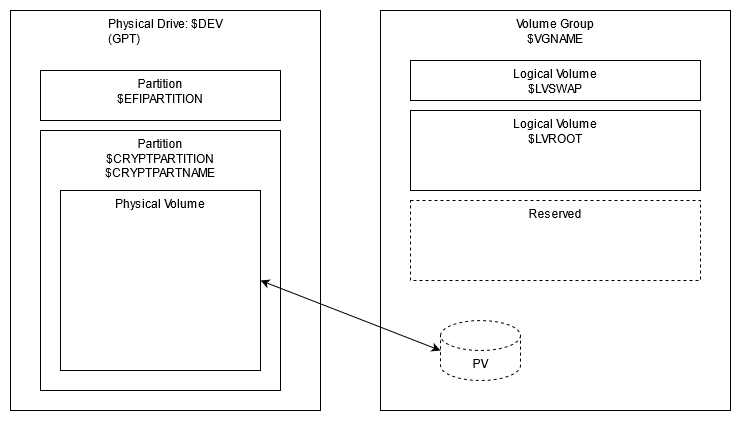
Before: image/partition_diagram_0.png, a diagram exported from draw.io (suikan4github/kaiten-yaki). Source tidied: cells renumbered, new cells last; positions are measured from the earlier drawing's top-left corner, leaving out a move shared by most shapes. Its diagram source:
```xml
<mxGraphModel>
  <root>
    <mxCell id="0" />
    <mxCell id="1" parent="0" />
    <mxCell id="2" value="&lt;div&gt;Physical Drive: $DEV&lt;/div&gt;&lt;div align=&quot;left&quot;&gt;(GPT)&lt;br&gt;&lt;/div&gt;" style="rounded=0;whiteSpace=wrap;html=1;verticalAlign=top;" parent="1" vertex="1">
      <mxGeometry width="310" height="400" as="geometry" />
    </mxCell>
    <mxCell id="3" value="Partition&lt;br&gt;&lt;div&gt;$EFIPARTITION&lt;/div&gt;" style="rounded=0;whiteSpace=wrap;html=1;verticalAlign=top;" parent="1" vertex="1">
      <mxGeometry x="30" y="60" width="240" height="50" as="geometry" />
    </mxCell>
    <mxCell id="4" value="&lt;div&gt;Partition&lt;br&gt;&lt;/div&gt;&lt;div&gt;$CRYPTPARTITION&lt;/div&gt;&lt;div&gt;$CRYPTPARTNAME&lt;/div&gt;&lt;div&gt;&lt;br&gt;&lt;/div&gt;" style="rounded=0;whiteSpace=wrap;html=1;verticalAlign=top;" parent="1" vertex="1">
      <mxGeometry x="30" y="120" width="240" height="260" as="geometry" />
    </mxCell>
    <mxCell id="5" value="Physical Volume" style="rounded=0;whiteSpace=wrap;html=1;verticalAlign=top;" parent="1" vertex="1">
      <mxGeometry x="50" y="180" width="200" height="180" as="geometry" />
    </mxCell>
    <mxCell id="6" value="&lt;div&gt;Volume Group&lt;/div&gt;&lt;div&gt;$VGNAME&lt;br&gt;&lt;/div&gt;" style="rounded=0;whiteSpace=wrap;html=1;verticalAlign=top;" parent="1" vertex="1">
      <mxGeometry x="370" width="350" height="400" as="geometry" />
    </mxCell>
    <mxCell id="7" value="&lt;div&gt;Logical Volume&lt;/div&gt;&lt;div&gt;$LVSWAP&lt;br&gt;&lt;/div&gt;" style="rounded=0;whiteSpace=wrap;html=1;verticalAlign=top;" parent="1" vertex="1">
      <mxGeometry x="400" y="50" width="290" height="40" as="geometry" />
    </mxCell>
    <mxCell id="8" value="&lt;div&gt;Logical Volume&lt;/div&gt;&lt;div&gt;$LVROOT&lt;/div&gt;" style="rounded=0;whiteSpace=wrap;html=1;verticalAlign=top;" parent="1" vertex="1">
      <mxGeometry x="400" y="100" width="290" height="80" as="geometry" />
    </mxCell>
    <mxCell id="9" value="PV" style="shape=cylinder3;whiteSpace=wrap;html=1;boundedLbl=1;backgroundOutline=1;size=15;dashed=1;verticalAlign=top;" parent="1" vertex="1">
      <mxGeometry x="430" y="310" width="80" height="60" as="geometry" />
    </mxCell>
    <mxCell id="10" value="Reserved" style="rounded=0;whiteSpace=wrap;html=1;verticalAlign=top;dashed=1;" parent="1" vertex="1">
      <mxGeometry x="400" y="190" width="290" height="80" as="geometry" />
    </mxCell>
    <mxCell id="11" style="endArrow=classic;startArrow=classic;html=1;exitX=0;exitY=0.5;exitDx=0;exitDy=0;exitPerimeter=0;" parent="1" edge="1" source="9">
      <mxGeometry relative="1" as="geometry">
        <mxPoint x="250" y="270" as="targetPoint" />
      </mxGeometry>
    </mxCell>
  </root>
</mxGraphModel>
```
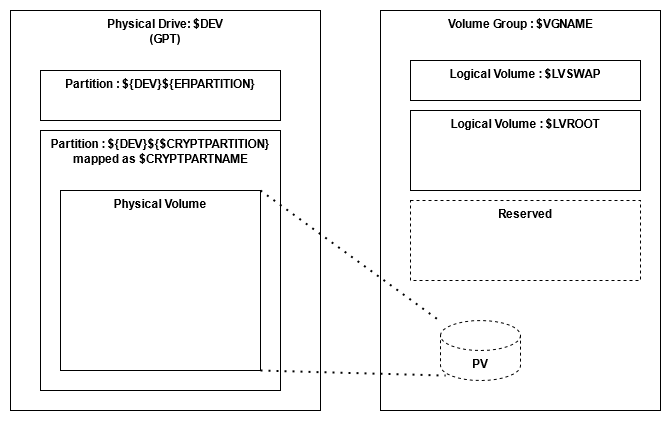
After the commit.

Diff of the diagram source:
```diff
@@ -2,37 +2,38 @@
   <root>
     <mxCell id="0" />
     <mxCell id="1" parent="0" />
-    <mxCell id="2" value="&lt;div&gt;Physical Drive: $DEV&lt;/div&gt;&lt;div align=&quot;left&quot;&gt;(GPT)&lt;br&gt;&lt;/div&gt;" style="rounded=0;whiteSpace=wrap;html=1;verticalAlign=top;" parent="1" vertex="1">
+    <mxCell id="2" value="&lt;div&gt;Physical Drive: $DEV&lt;/div&gt;&lt;div&gt;(GPT)&lt;br&gt;&lt;/div&gt;" style="rounded=0;whiteSpace=wrap;html=1;verticalAlign=top;align=center;fontStyle=1;" parent="1" vertex="1">
       <mxGeometry width="310" height="400" as="geometry" />
     </mxCell>
-    <mxCell id="3" value="Partition&lt;br&gt;&lt;div&gt;$EFIPARTITION&lt;/div&gt;" style="rounded=0;whiteSpace=wrap;html=1;verticalAlign=top;" parent="1" vertex="1">
+    <mxCell id="3" value="Partition : ${DEV}${EFIPARTITION}" style="rounded=0;whiteSpace=wrap;html=1;verticalAlign=top;align=center;fontStyle=1;" parent="1" vertex="1">
       <mxGeometry x="30" y="60" width="240" height="50" as="geometry" />
     </mxCell>
-    <mxCell id="4" value="&lt;div&gt;Partition&lt;br&gt;&lt;/div&gt;&lt;div&gt;$CRYPTPARTITION&lt;/div&gt;&lt;div&gt;$CRYPTPARTNAME&lt;/div&gt;&lt;div&gt;&lt;br&gt;&lt;/div&gt;" style="rounded=0;whiteSpace=wrap;html=1;verticalAlign=top;" parent="1" vertex="1">
+    <mxCell id="4" value="&lt;div&gt;Partition : ${DEV}${$CRYPTPARTITION}&lt;/div&gt;&lt;div&gt;mapped as $CRYPTPARTNAME&lt;/div&gt;&lt;div&gt;&lt;br&gt;&lt;/div&gt;" style="rounded=0;whiteSpace=wrap;html=1;verticalAlign=top;align=center;fontStyle=1;" parent="1" vertex="1">
       <mxGeometry x="30" y="120" width="240" height="260" as="geometry" />
     </mxCell>
-    <mxCell id="5" value="Physical Volume" style="rounded=0;whiteSpace=wrap;html=1;verticalAlign=top;" parent="1" vertex="1">
+    <mxCell id="5" value="Physical Volume" style="rounded=0;whiteSpace=wrap;html=1;verticalAlign=top;fontStyle=1;" parent="1" vertex="1">
       <mxGeometry x="50" y="180" width="200" height="180" as="geometry" />
     </mxCell>
-    <mxCell id="6" value="&lt;div&gt;Volume Group&lt;/div&gt;&lt;div&gt;$VGNAME&lt;br&gt;&lt;/div&gt;" style="rounded=0;whiteSpace=wrap;html=1;verticalAlign=top;" parent="1" vertex="1">
-      <mxGeometry x="370" width="350" height="400" as="geometry" />
+    <mxCell id="6" value="&lt;div&gt;Volume Group : $VGNAME&lt;br&gt;&lt;/div&gt;" style="rounded=0;whiteSpace=wrap;html=1;verticalAlign=top;fontStyle=1;" parent="1" vertex="1">
+      <mxGeometry x="370" width="280" height="400" as="geometry" />
     </mxCell>
-    <mxCell id="7" value="&lt;div&gt;Logical Volume&lt;/div&gt;&lt;div&gt;$LVSWAP&lt;br&gt;&lt;/div&gt;" style="rounded=0;whiteSpace=wrap;html=1;verticalAlign=top;" parent="1" vertex="1">
-      <mxGeometry x="400" y="50" width="290" height="40" as="geometry" />
+    <mxCell id="7" value="&lt;div&gt;Logical Volume : $LVSWAP&lt;br&gt;&lt;/div&gt;" style="rounded=0;whiteSpace=wrap;html=1;verticalAlign=top;fontStyle=1;" parent="1" vertex="1">
+      <mxGeometry x="400" y="50" width="230" height="40" as="geometry" />
     </mxCell>
-    <mxCell id="8" value="&lt;div&gt;Logical Volume&lt;/div&gt;&lt;div&gt;$LVROOT&lt;/div&gt;" style="rounded=0;whiteSpace=wrap;html=1;verticalAlign=top;" parent="1" vertex="1">
-      <mxGeometry x="400" y="100" width="290" height="80" as="geometry" />
+    <mxCell id="8" value="&lt;div&gt;Logical Volume : $LVROOT&lt;/div&gt;" style="rounded=0;whiteSpace=wrap;html=1;verticalAlign=top;fontStyle=1;" parent="1" vertex="1">
+      <mxGeometry x="400" y="100" width="230" height="80" as="geometry" />
     </mxCell>
-    <mxCell id="9" value="PV" style="shape=cylinder3;whiteSpace=wrap;html=1;boundedLbl=1;backgroundOutline=1;size=15;dashed=1;verticalAlign=top;" parent="1" vertex="1">
+    <mxCell id="9" value="PV" style="shape=cylinder3;whiteSpace=wrap;html=1;boundedLbl=1;backgroundOutline=1;size=15;dashed=1;verticalAlign=top;fontStyle=1;" parent="1" vertex="1">
       <mxGeometry x="430" y="310" width="80" height="60" as="geometry" />
     </mxCell>
-    <mxCell id="10" value="Reserved" style="rounded=0;whiteSpace=wrap;html=1;verticalAlign=top;dashed=1;" parent="1" vertex="1">
-      <mxGeometry x="400" y="190" width="290" height="80" as="geometry" />
+    <mxCell id="10" value="Reserved" style="rounded=0;whiteSpace=wrap;html=1;verticalAlign=top;dashed=1;fontStyle=1;" parent="1" vertex="1">
+      <mxGeometry x="400" y="190" width="230" height="80" as="geometry" />
     </mxCell>
-    <mxCell id="11" style="endArrow=classic;startArrow=classic;html=1;exitX=0;exitY=0.5;exitDx=0;exitDy=0;exitPerimeter=0;" parent="1" edge="1" source="9">
-      <mxGeometry relative="1" as="geometry">
-        <mxPoint x="250" y="270" as="targetPoint" />
-      </mxGeometry>
-    </mxCell>
+    <mxCell id="12" style="endArrow=none;dashed=1;html=1;dashPattern=1 3;strokeWidth=2;exitX=1;exitY=0;exitDx=0;exitDy=0;fontStyle=1;" parent="1" edge="1" source="5" target="9">
+      <mxGeometry relative="1" as="geometry" />
+    </mxCell>
+    <mxCell id="13" style="endArrow=none;dashed=1;html=1;dashPattern=1 3;strokeWidth=2;exitX=1;exitY=1;exitDx=0;exitDy=0;entryX=0.063;entryY=0.917;entryDx=0;entryDy=0;entryPerimeter=0;fontStyle=1;" parent="1" edge="1" source="5" target="9">
+      <mxGeometry relative="1" as="geometry" />
+    </mxCell>
   </root>
 </mxGraphModel>
```
